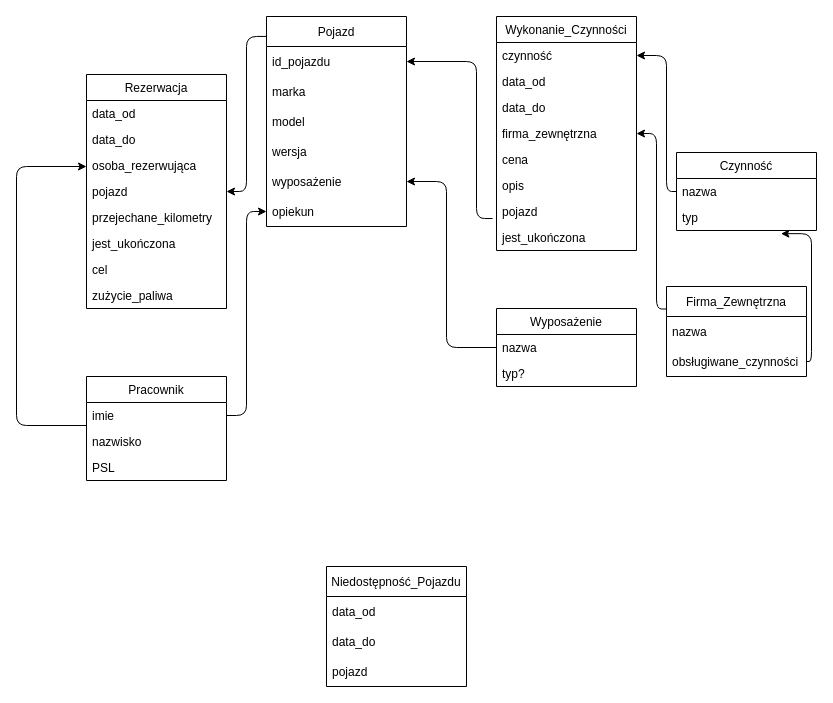
Above: doc/klasy.drawio in swietjak/2022_TAB_S10_CIESLAK (draw.io), before the change. Source tidied: cells renumbered, new cells numbered last; positions are measured from the earlier drawing's top-left corner, leaving out a move shared by most shapes. Both pictures are drawn from the tidied source at 100%, with x=0, y=0 at pixel (16, 16).
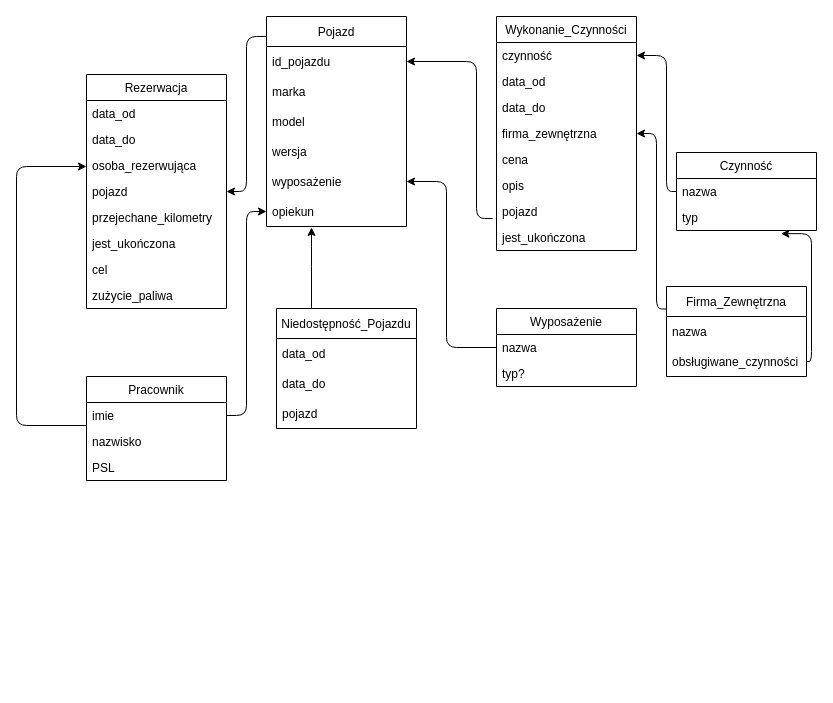
After the change.

Commit message (it also covers changes not shown here):
fix: diagrams adjustments

Diff of the diagram source:
```diff
@@
     <mxCell id="43" value="Niedostępność_Pojazdu" style="swimlane;fontStyle=0;horizontal=1;startSize=30;" parent="1" vertex="1">
-      <mxGeometry x="310" y="550" width="140" height="120" as="geometry" />
+      <mxGeometry x="260" y="292" width="140" height="120" as="geometry" />
     </mxCell>
@@
+    <mxCell id="52" style="edgeStyle=elbowEdgeStyle;elbow=horizontal;endArrow=classic;html=1;exitX=0.25;exitY=0;exitDx=0;exitDy=0;" parent="1" edge="1" source="43">
+      <mxGeometry relative="1" as="geometry">
+        <mxPoint x="295" y="211" as="targetPoint" />
+        <Array as="points">
+          <mxPoint x="295" y="240" />
+        </Array>
+      </mxGeometry>
+    </mxCell>
```
